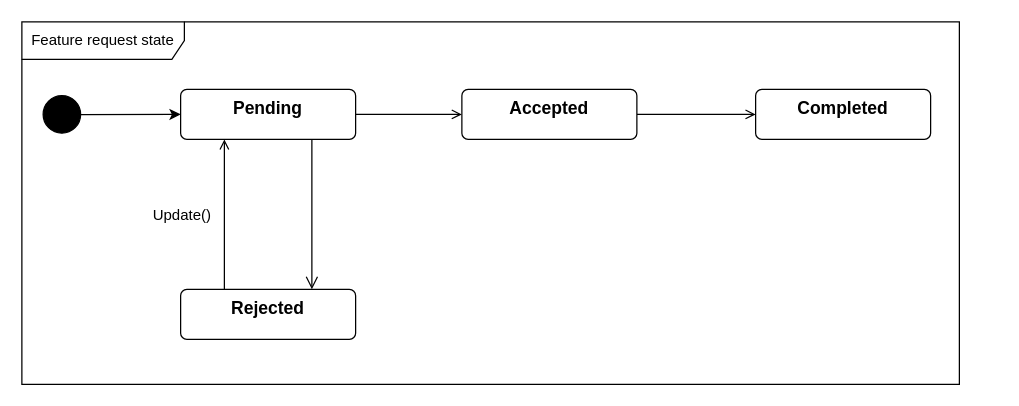
This is model/Ole/request-state.drawio from Hoglar/tsd2080-oblig1, a draw.io file, before an edit. Source tidied: cells renumbered, new cells numbered last; positions are measured from the earlier drawing's top-left corner, leaving out a move shared by most shapes. Both pictures are drawn from the tidied source at 125%, with x=0, y=0 at pixel (21, 21).
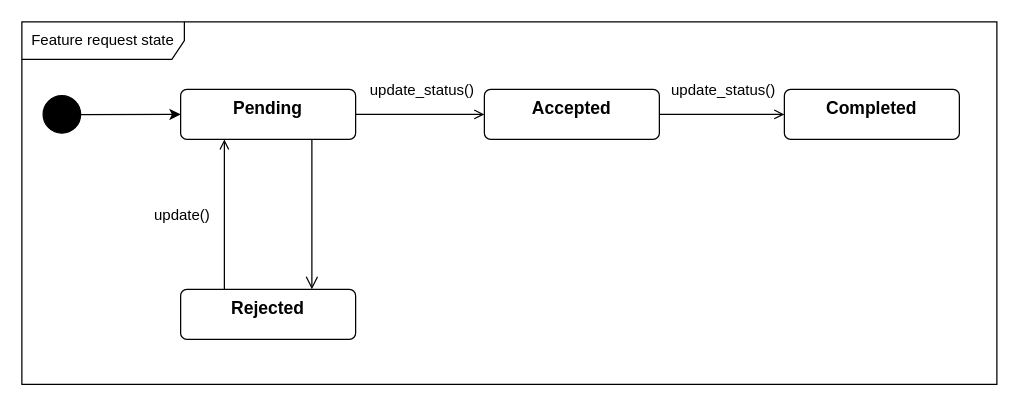
After the change.

Commit message:
state transition text

What changed in the source:
```diff
@@
 <mxGraphModel>
   <root>
     <mxCell id="0" />
     <mxCell id="1" parent="0" />
     <mxCell id="2" style="edgeStyle=none;html=1;endArrow=open;endFill=0;" parent="1" edge="1" source="3" target="9">
       <mxGeometry relative="1" as="geometry" />
     </mxCell>
     <mxCell id="3" value="&lt;b&gt;&lt;font style=&quot;font-size: 14px;&quot;&gt;Pending&lt;/font&gt;&lt;/b&gt;" style="html=1;align=center;verticalAlign=top;rounded=1;absoluteArcSize=1;arcSize=10;dashed=0;whiteSpace=wrap;" parent="1" vertex="1">
       <mxGeometry x="127" y="54" width="140" height="40" as="geometry" />
     </mxCell>
     <mxCell id="4" style="edgeStyle=none;html=1;exitX=0.25;exitY=0;exitDx=0;exitDy=0;entryX=0.25;entryY=1;entryDx=0;entryDy=0;endArrow=open;endFill=0;" parent="1" edge="1" source="6" target="3">
       <mxGeometry relative="1" as="geometry" />
     </mxCell>
-    <mxCell id="5" value="Update()" style="edgeLabel;html=1;align=center;verticalAlign=middle;rotation=0;fontSize=12;fontStyle=0;" parent="4" vertex="1">
+    <mxCell id="5" value="update()" style="edgeLabel;html=1;align=center;verticalAlign=middle;rotation=0;fontSize=12;fontStyle=0;" parent="4" vertex="1">
       <mxGeometry x="-0.17" relative="1" as="geometry">
         <mxPoint x="-35" y="-10" as="offset" />
       </mxGeometry>
     </mxCell>
+    <mxCell id="14" value="update_status()" style="edgeLabel;html=1;align=center;verticalAlign=middle;rotation=0;fontSize=12;fontStyle=0;" parent="4" vertex="1">
+      <mxGeometry x="-0.17" relative="1" as="geometry">
+        <mxPoint x="157" y="-110" as="offset" />
+      </mxGeometry>
+    </mxCell>
+    <mxCell id="15" value="update_status()" style="edgeLabel;html=1;align=center;verticalAlign=middle;rotation=0;fontSize=12;fontStyle=0;" parent="4" vertex="1">
+      <mxGeometry x="-0.17" relative="1" as="geometry">
+        <mxPoint x="398" y="-110" as="offset" />
+      </mxGeometry>
+    </mxCell>
     <mxCell id="6" value="&lt;b&gt;&lt;font style=&quot;font-size: 14px;&quot;&gt;Rejected&lt;/font&gt;&lt;/b&gt;" style="html=1;align=center;verticalAlign=top;rounded=1;absoluteArcSize=1;arcSize=10;dashed=0;whiteSpace=wrap;" parent="1" vertex="1">
       <mxGeometry x="127" y="214" width="140" height="40" as="geometry" />
     </mxCell>
     <mxCell id="7" style="endArrow=open;startArrow=none;endFill=0;startFill=0;endSize=8;html=1;verticalAlign=bottom;labelBackgroundColor=none;strokeWidth=1;exitX=0.75;exitY=1;exitDx=0;exitDy=0;entryX=0.75;entryY=0;entryDx=0;entryDy=0;" parent="1" edge="1" source="3" target="6">
       <mxGeometry relative="1" as="geometry" />
     </mxCell>
     <mxCell id="8" style="edgeStyle=none;html=1;endArrow=open;endFill=0;" parent="1" edge="1" source="9" target="10">
       <mxGeometry relative="1" as="geometry" />
     </mxCell>
     <mxCell id="9" value="&lt;b&gt;&lt;font style=&quot;font-size: 14px;&quot;&gt;Accepted&lt;/font&gt;&lt;/b&gt;" style="html=1;align=center;verticalAlign=top;rounded=1;absoluteArcSize=1;arcSize=10;dashed=0;whiteSpace=wrap;" parent="1" vertex="1">
-      <mxGeometry x="352" y="54" width="140" height="40" as="geometry" />
+      <mxGeometry x="370" y="54" width="140" height="40" as="geometry" />
     </mxCell>
     <mxCell id="10" value="&lt;b&gt;&lt;font style=&quot;font-size: 14px;&quot;&gt;Completed&lt;/font&gt;&lt;/b&gt;" style="html=1;align=center;verticalAlign=top;rounded=1;absoluteArcSize=1;arcSize=10;dashed=0;whiteSpace=wrap;" parent="1" vertex="1">
-      <mxGeometry x="587" y="54" width="140" height="40" as="geometry" />
+      <mxGeometry x="610" y="54" width="140" height="40" as="geometry" />
     </mxCell>
     <mxCell id="11" style="edgeStyle=none;html=1;" parent="1" edge="1" source="12" target="3">
       <mxGeometry relative="1" as="geometry" />
     </mxCell>
     <mxCell id="12" style="ellipse;fillColor=strokeColor;html=1;" parent="1" vertex="1">
       <mxGeometry x="17" y="59" width="30" height="30" as="geometry" />
     </mxCell>
     <mxCell id="13" value="Feature request state" style="shape=umlFrame;whiteSpace=wrap;html=1;width=130;height=30;" parent="1" vertex="1">
-      <mxGeometry width="750" height="290" as="geometry" />
+      <mxGeometry width="780" height="290" as="geometry" />
     </mxCell>
   </root>
 </mxGraphModel>
```
